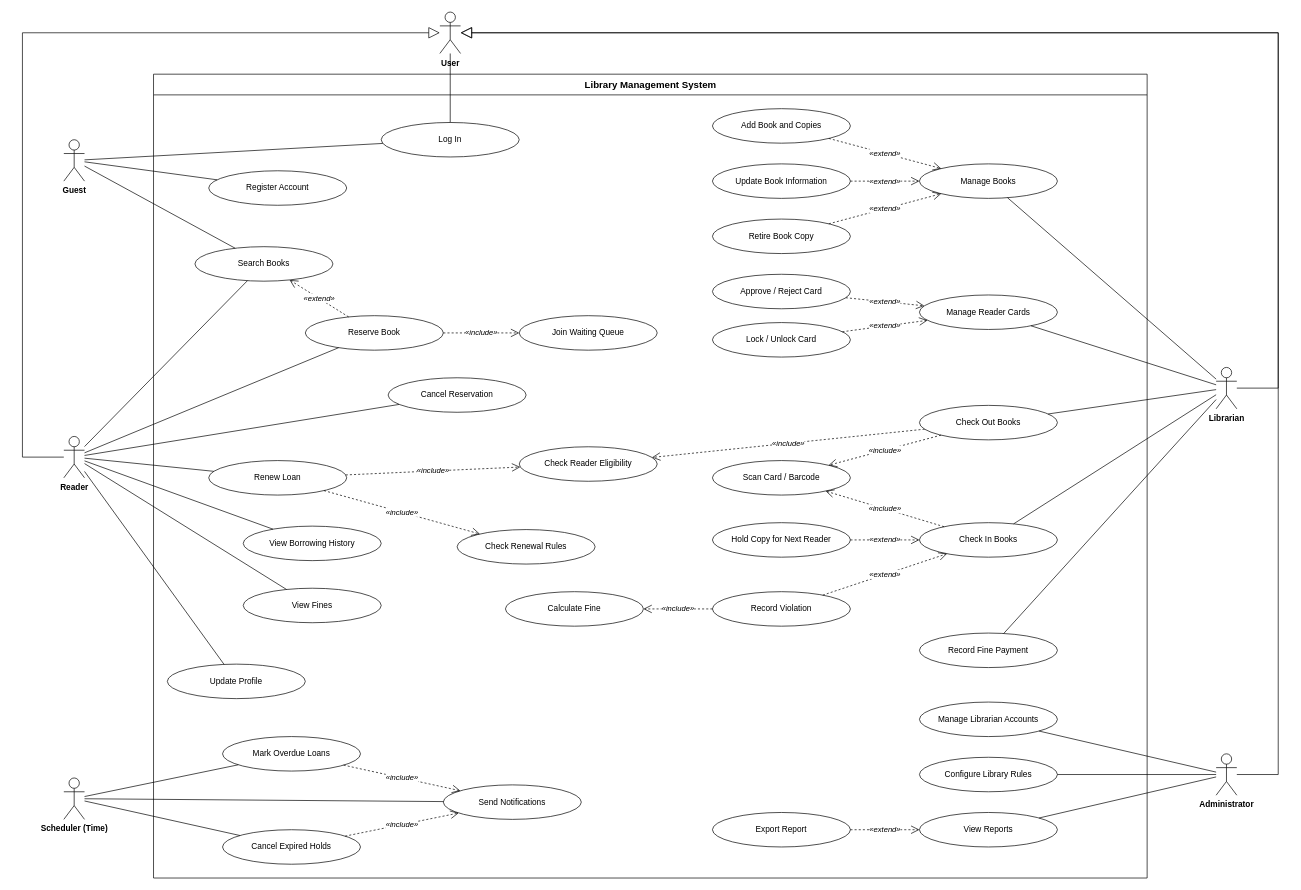
Earlier version of the draw.io diagram diagrams/use-case.drawio.xml (duypht07-SE/Library-Management-System). Source tidied: cells renumbered, new cells numbered last; positions are measured from the earlier drawing's top-left corner, leaving out a move shared by most shapes. Both pictures are drawn from the tidied source at 69%, with x=0, y=0 at pixel (22, 12).
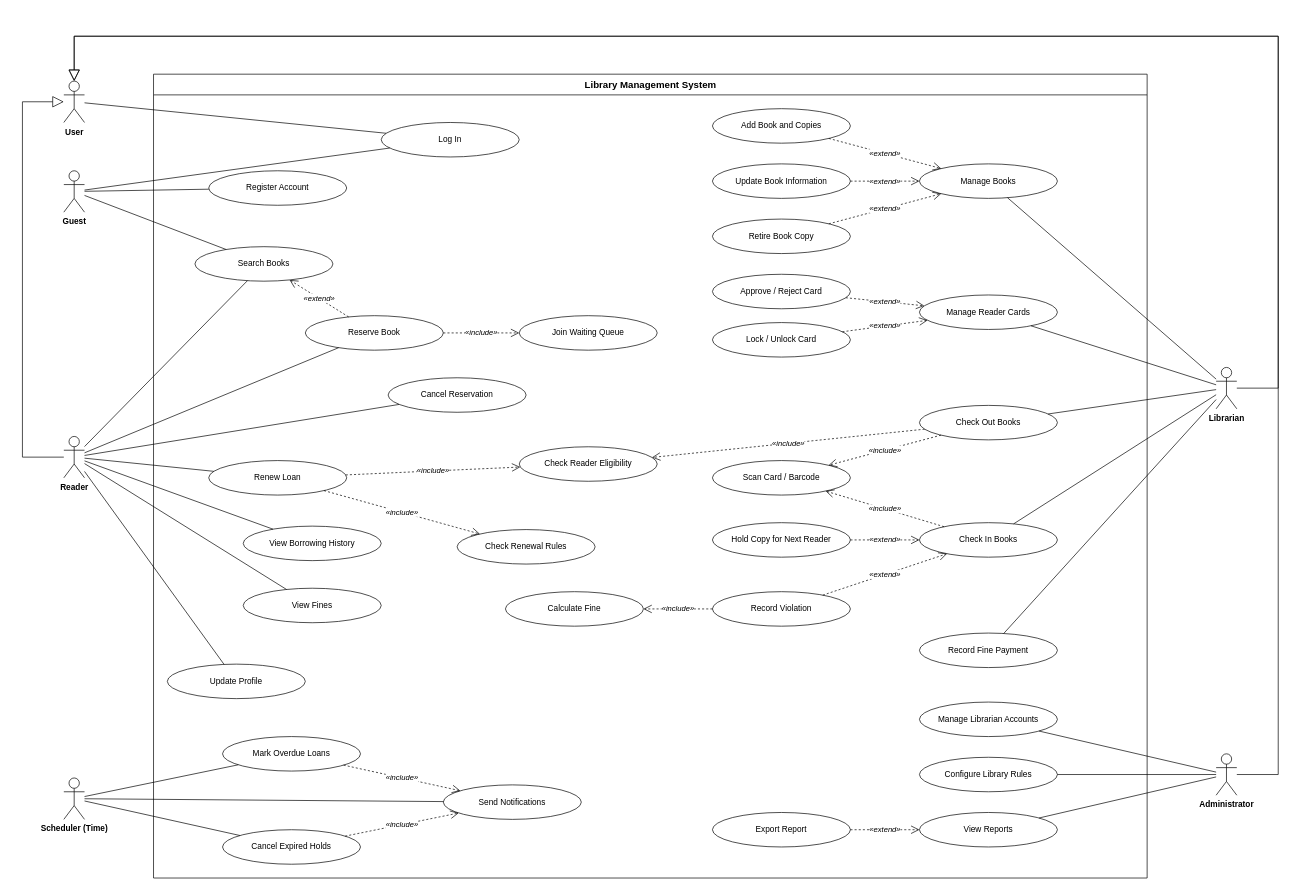
Above is the later version.

Commit message (it also covers changes not shown here):
Move User actor outside the system boundary in use case diagram

The change refers to these unchanged cells:
```xml
<mxCell id="5" value="Reader" style="shape=umlActor;verticalLabelPosition=bottom;verticalAlign=top;html=1;fontSize=12;fontStyle=1;fontFamily=Helvetica;fontColor=#000000;strokeColor=#000000;fillColor=#ffffff;" parent="1" vertex="1">
  <mxGeometry x="60" y="615" width="30" height="60" as="geometry" />
</mxCell>
<mxCell id="7" value="Librarian" style="shape=umlActor;verticalLabelPosition=bottom;verticalAlign=top;html=1;fontSize=12;fontStyle=1;fontFamily=Helvetica;fontColor=#000000;strokeColor=#000000;fillColor=#ffffff;" parent="1" vertex="1">
  <mxGeometry x="1730" y="515" width="30" height="60" as="geometry" />
</mxCell>
<mxCell id="8" value="Administrator" style="shape=umlActor;verticalLabelPosition=bottom;verticalAlign=top;html=1;fontSize=12;fontStyle=1;fontFamily=Helvetica;fontColor=#000000;strokeColor=#000000;fillColor=#ffffff;" parent="1" vertex="1">
  <mxGeometry x="1730" y="1075" width="30" height="60" as="geometry" />
</mxCell>
<mxCell id="9" value="Log In" style="ellipse;whiteSpace=wrap;html=1;fontSize=12;fontFamily=Helvetica;fontColor=#000000;strokeColor=#000000;fillColor=#ffffff;" parent="1" vertex="1">
  <mxGeometry x="520" y="160" width="200" height="50" as="geometry" />
</mxCell>
```

Diff of the diagram source:
```diff
@@
     <mxCell id="3" value="User" style="shape=umlActor;verticalLabelPosition=bottom;verticalAlign=top;html=1;fontSize=12;fontStyle=1;fontFamily=Helvetica;fontColor=#000000;strokeColor=#000000;fillColor=#ffffff;" parent="1" vertex="1">
-      <mxGeometry x="605" width="30" height="60" as="geometry" />
+      <mxGeometry x="60" y="100" width="30" height="60" as="geometry" />
     </mxCell>
     <mxCell id="4" value="Guest" style="shape=umlActor;verticalLabelPosition=bottom;verticalAlign=top;html=1;fontSize=12;fontStyle=1;fontFamily=Helvetica;fontColor=#000000;strokeColor=#000000;fillColor=#ffffff;" parent="1" vertex="1">
-      <mxGeometry x="60" y="185" width="30" height="60" as="geometry" />
+      <mxGeometry x="60" y="230" width="30" height="60" as="geometry" />
     </mxCell>
@@
-    <mxCell id="45" style="html=1;rounded=0;strokeColor=#000000;fontColor=#000000;fontFamily=Helvetica;endArrow=none;exitX=0.5;exitY=1;exitDy=20;" parent="1" edge="1" source="3" target="9">
+    <mxCell id="45" style="html=1;rounded=0;strokeColor=#000000;fontColor=#000000;fontFamily=Helvetica;endArrow=none;" parent="1" edge="1" source="3" target="9">
       <mxGeometry relative="1" as="geometry" />
     </mxCell>
@@
     <mxCell id="82" style="html=1;rounded=0;strokeColor=#000000;fontColor=#000000;fontFamily=Helvetica;edgeStyle=orthogonalEdgeStyle;endArrow=block;endFill=0;endSize=14;exitX=0;exitY=0.5;entryX=0;entryY=0.5;" parent="1" edge="1" source="5" target="3">
       <mxGeometry relative="1" as="geometry">
         <Array as="points">
           <mxPoint y="645" />
-          <mxPoint y="30" />
+          <mxPoint y="130" />
         </Array>
       </mxGeometry>
     </mxCell>
-    <mxCell id="83" style="html=1;rounded=0;strokeColor=#000000;fontColor=#000000;fontFamily=Helvetica;edgeStyle=orthogonalEdgeStyle;endArrow=block;endFill=0;endSize=14;exitX=1;exitY=0.5;entryX=1;entryY=0.5;" parent="1" edge="1" source="7" target="3">
+    <mxCell id="83" style="html=1;rounded=0;strokeColor=#000000;fontColor=#000000;fontFamily=Helvetica;edgeStyle=orthogonalEdgeStyle;endArrow=block;endFill=0;endSize=14;exitX=1;exitY=0.5;entryX=0.5;entryY=0;" parent="1" edge="1" source="7" target="3">
       <mxGeometry relative="1" as="geometry">
         <Array as="points">
           <mxPoint x="1820" y="545" />
-          <mxPoint x="1820" y="30" />
+          <mxPoint x="1820" y="35" />
+          <mxPoint x="75" y="35" />
         </Array>
       </mxGeometry>
     </mxCell>
-    <mxCell id="84" style="html=1;rounded=0;strokeColor=#000000;fontColor=#000000;fontFamily=Helvetica;edgeStyle=orthogonalEdgeStyle;endArrow=block;endFill=0;endSize=14;exitX=1;exitY=0.5;entryX=1;entryY=0.5;" parent="1" edge="1" source="8" target="3">
+    <mxCell id="84" style="html=1;rounded=0;strokeColor=#000000;fontColor=#000000;fontFamily=Helvetica;edgeStyle=orthogonalEdgeStyle;endArrow=block;endFill=0;endSize=14;exitX=1;exitY=0.5;entryX=0.5;entryY=0;" parent="1" edge="1" source="8" target="3">
       <mxGeometry relative="1" as="geometry">
         <Array as="points">
           <mxPoint x="1820" y="1105" />
-          <mxPoint x="1820" y="30" />
+          <mxPoint x="1820" y="35" />
+          <mxPoint x="75" y="35" />
         </Array>
       </mxGeometry>
     </mxCell>
```
